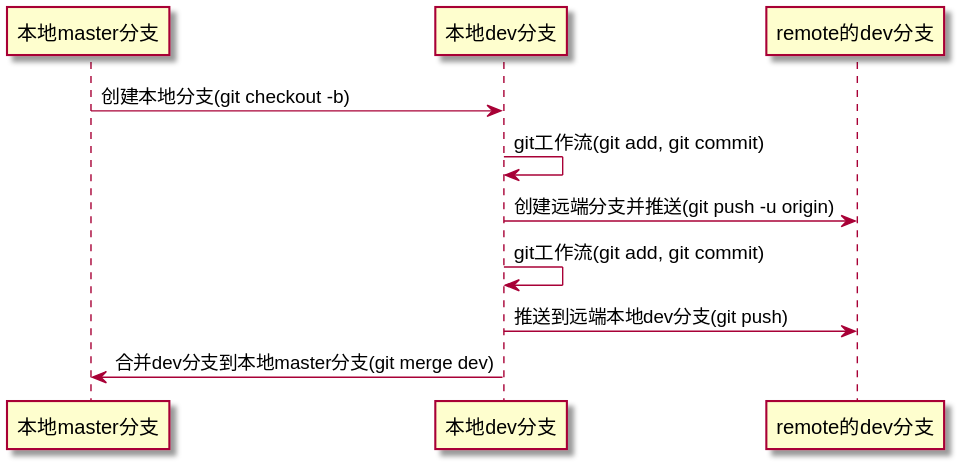
This is img/branch.svg from linc5403/preparatory-course, a PlantUML export, as it was before one commit.
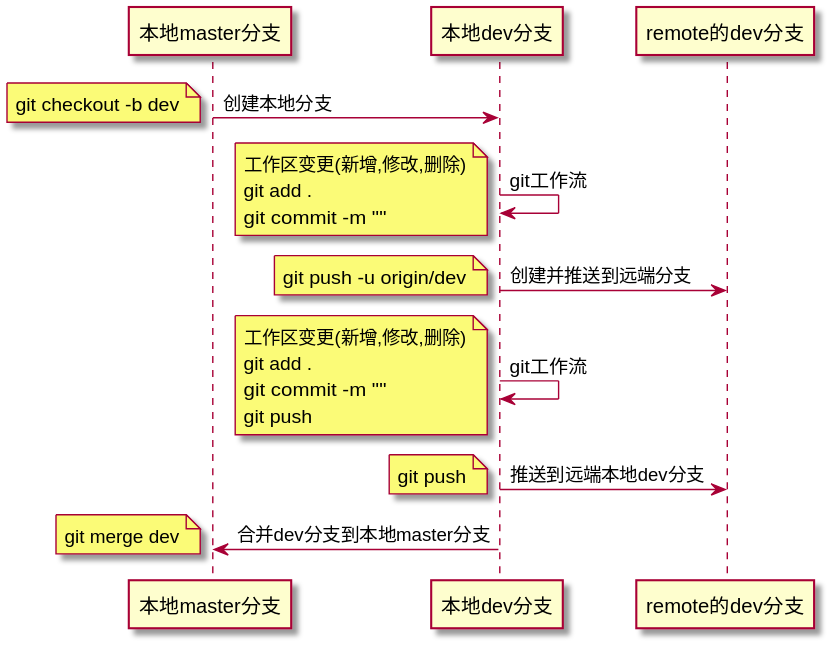
Later version of the same file.

Change to the diagram source:
```diff
@@ -1,8 +1,31 @@
 @startuml
-本地master分支 -> 本地dev分支: 创建本地分支(git checkout -b)
-本地dev分支 -> 本地dev分支: git工作流(git add, git commit)
-本地dev分支 -> remote的dev分支: 创建远端分支并推送(git push -u origin)
-本地dev分支 -> 本地dev分支: git工作流(git add, git commit)
-本地dev分支 -> remote的dev分支: 推送到远端本地dev分支(git push)
-本地master分支 <- 本地dev分支: 合并dev分支到本地master分支(git merge dev)
+本地master分支 -> 本地dev分支: 创建本地分支
+note left
+git checkout -b dev
+end note
+本地dev分支 -> 本地dev分支: git工作流
+note left
+工作区变更(新增,修改,删除)
+git add .
+git commit -m ""
+end note
+本地dev分支 -> remote的dev分支: 创建并推送到远端分支
+note left
+git push -u origin/dev
+end note
+本地dev分支 -> 本地dev分支: git工作流
+note left
+工作区变更(新增,修改,删除)
+git add .
+git commit -m ""
+git push
+end note
+本地dev分支 -> remote的dev分支: 推送到远端本地dev分支
+note left
+git push
+end note
+本地master分支 <- 本地dev分支: 合并dev分支到本地master分支
+note left
+git merge dev
+end note
 @enduml
```
